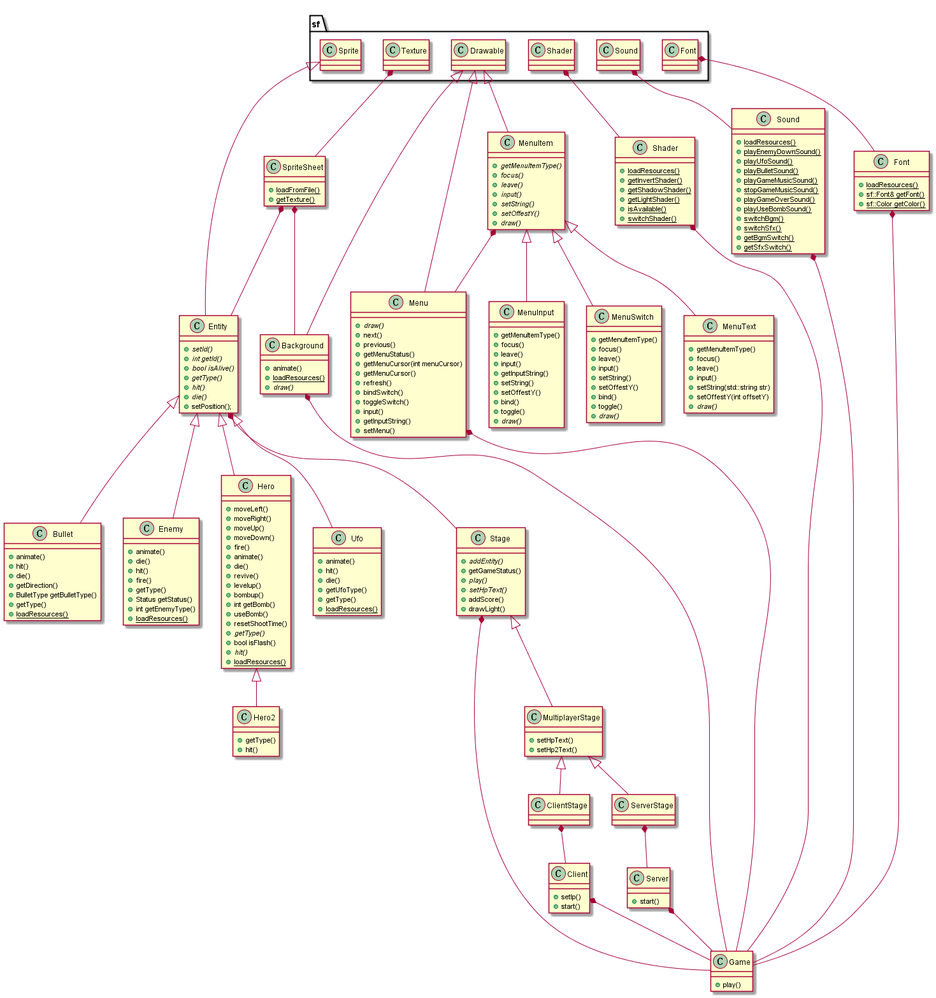
Earlier version of the PlantUML export Fighters/uml.png (zhu-he/uestc2015ccpp).
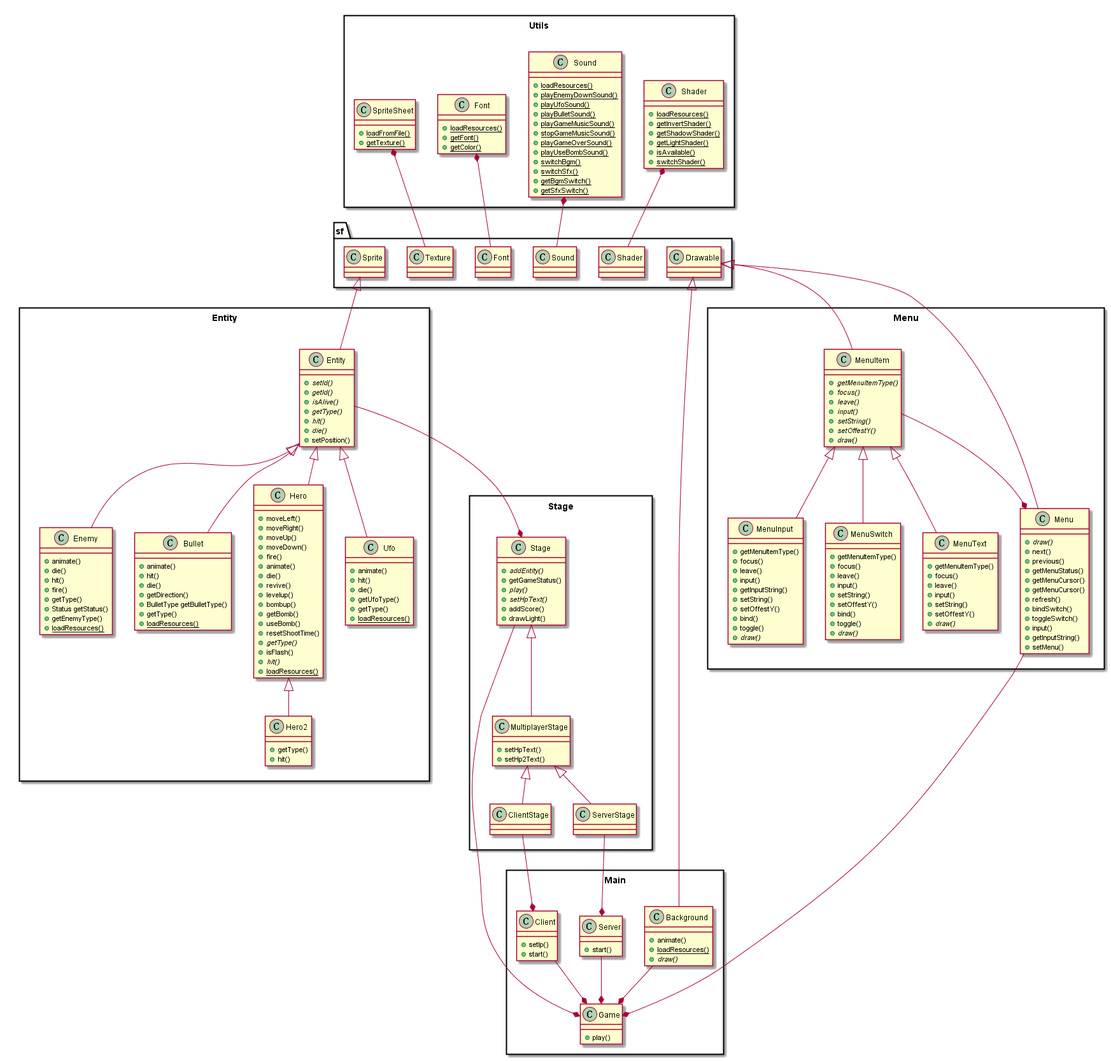
After the change.

Commit message:
Improve UML

Diff of the diagram source:
```diff
@@ -1,235 +1,240 @@
 @startuml
 
-class Background {
-	+animate()
-	+{static}loadResources()
-	+{abstract}draw()
+package Entity <<Rect>> {
+	class Entity {
+		+{abstract}setId()
+		+{abstract}getId()
+		+{abstract}isAlive()
+		+{abstract}getType()
+		+{abstract}hit()
+		+{abstract}die()
+		+setPosition()
+	}
+
+	class Enemy {
+		+animate()
+		+die()
+		+hit()
+		+fire()
+		+getType()
+		+Status getStatus()
+		+getEnemyType()
+		+{static}loadResources()
+	}
+
+	class Bullet {
+		+animate()
+		+hit()
+		+die()
+		+getDirection()
+		+BulletType getBulletType()
+		+getType()
+		+{static}loadResources()
+	}
+
+	class Hero {
+		+moveLeft()
+		+moveRight()
+		+moveUp()
+		+moveDown()
+		+fire()
+		+animate()
+		+die()
+		+revive()
+		+levelup()
+		+bombup()
+		+getBomb()
+		+useBomb()
+		+resetShootTime()
+		+{abstract}getType()
+		+isFlash()
+		+{abstract}hit()
+		+{static}loadResources()
+	}
+
+	class Hero2 {
+		+getType()
+		+hit()
+	}
+
+	class Ufo {
+		+animate()
+		+hit()
+		+die()
+		+getUfoType()
+		+getType()
+		+{static}loadResources()
+	}
 }
 
-class Bullet {
-	+animate()
-	+hit()
-	+die()
-	+getDirection()
-	+BulletType getBulletType()
-	+getType()
-	+{static}loadResources()
+package Main <<Rect>> {
+	class Game {
+		+play()
+	}
+
+	class Server {
+		+start()
+	}
+
+	class Client {
+		+setIp()
+		+start()
+	}
+
+	class Background {
+		+animate()
+		+{static}loadResources()
+		+{abstract}draw()
+	}
 }
 
-class Client {
-	+setIp()
-	+start()
+package Menu <<Rect>> {
+	class Menu {
+		+{abstract}draw()
+		+next()
+		+previous()
+		+getMenuStatus()
+		+getMenuCursor()
+		+getMenuCursor()
+		+refresh()
+		+bindSwitch()
+		+toggleSwitch()
+		+input()
+		+getInputString()
+		+setMenu()
+	}
+
+	class MenuItem {
+		+{abstract}getMenuItemType()
+		+{abstract}focus()
+		+{abstract}leave()
+		+{abstract}input()
+		+{abstract}setString()
+		+{abstract}setOffestY()
+		+{abstract}draw()
+	}
+
+	class MenuInput {
+		+getMenuItemType()
+		+focus()
+		+leave()
+		+input()
+		+getInputString()
+		+setString()
+		+setOffestY()
+		+bind()
+		+toggle()
+		+{abstract}draw()
+	}
+
+	class MenuSwitch {
+		+getMenuItemType()
+		+focus()
+		+leave()
+		+input()
+		+setString()
+		+setOffestY()
+		+bind()
+		+toggle()
+		+{abstract}draw()
+	}
+
+	class MenuText {
+		+getMenuItemType()
+		+focus()
+		+leave()
+		+input()
+		+setString()
+		+setOffestY()
+		+{abstract}draw()
+	}
 }
 
-class ClientStage {
+package Utils <<Rect>> {
+	class Shader {
+		+{static}loadResources()
+		+{static}getInvertShader()
+		+{static}getShadowShader()
+		+{static}getLightShader()
+		+{static}isAvailable()
+		+{static}switchShader()
+	}
+
+	class Sound {
+		+{static}loadResources()
+		+{static}playEnemyDownSound()
+		+{static}playUfoSound()
+		+{static}playBulletSound()
+		+{static}playGameMusicSound()
+		+{static}stopGameMusicSound()
+		+{static}playGameOverSound()
+		+{static}playUseBombSound()
+		+{static}switchBgm()
+		+{static}switchSfx()
+		+{static}getBgmSwitch()
+		+{static}getSfxSwitch()
+	}
+
+	class Font {
+		+{static}loadResources()
+		+{static}getFont()
+		+{static}getColor()
+	}
+
+	class SpriteSheet {
+	    +{static}loadFromFile()
+	    +{static}getTexture()
+	}
 }
 
-class Enemy {
-	+animate()
-	+die()
-	+hit()
-	+fire()
-	+getType()
-	+Status getStatus()
-	+int getEnemyType()
-	+{static}loadResources()
-}
+package Stage <<Rect>> {
+	class Stage {
+		+{abstract}addEntity()
+		+getGameStatus()
+		+{abstract}play()
+		+{abstract}setHpText()
+		+addScore()
+		+drawLight()
+	}
 
-class Entity {
-	+{abstract}setId()
-	+{abstract}int getId()
-	+{abstract}bool isAlive()
-	+{abstract}getType()
-	+{abstract}hit()
-	+{abstract}die()
-	+setPosition();
-}
+	class MultiplayerStage {
+		+setHpText()
+		+setHp2Text()
+	}
 
-class Font {
-	+{static}loadResources()
-	+{static}sf::Font& getFont()
-	+{static}sf::Color getColor()
-}
+	class ClientStage {
+	}
 
-class Game {
-	+play()
-}
-
-class Hero {
-	+moveLeft()
-	+moveRight()
-	+moveUp()
-	+moveDown()
-	+fire()
-	+animate()
-	+die()
-	+revive()
-	+levelup()
-	+bombup()
-	+int getBomb()
-	+useBomb()
-	+resetShootTime()
-	+{abstract}getType()
-	+bool isFlash()
-	+{abstract}hit()
-	+{static}loadResources()
-}
-
-class Hero2 {
-	+getType()
-	+hit()
-}
-
-class Menu {
-	+{abstract}draw()
-	+next()
-	+previous()
-	+getMenuStatus()
-	+getMenuCursor(int menuCursor)
-	+getMenuCursor()
-	+refresh()
-	+bindSwitch()
-	+toggleSwitch()
-	+input()
-	+getInputString()
-	+setMenu()
-}
-
-class MenuItem {
-	+{abstract}getMenuItemType()
-	+{abstract}focus()
-	+{abstract}leave()
-	+{abstract}input()
-	+{abstract}setString()
-	+{abstract}setOffestY()
-	+{abstract}draw()
-}
-
-class MenuInput {
-	+getMenuItemType()
-	+focus()
-	+leave()
-	+input()
-	+getInputString()
-	+setString()
-	+setOffestY()
-	+bind()
-	+toggle()
-	+{abstract}draw()
-}
-
-class MenuSwitch {
-	+getMenuItemType()
-	+focus()
-	+leave()
-	+input()
-	+setString()
-	+setOffestY()
-	+bind()
-	+toggle()
-	+{abstract}draw()
-}
-
-class MenuText {
-	+getMenuItemType()
-	+focus()
-	+leave()
-	+input()
-	+setString(std::string str)
-	+setOffestY(int offsetY)
-	+{abstract}draw()
-}
-
-class MultiplayerStage {
-	+setHpText()
-	+setHp2Text()
-}
-
-class Server {
-	+start()
-}
-
-class ServerStage {
-}
-
-class Shader {
-	+{static}loadResources()
-	+{static}getInvertShader()
-	+{static}getShadowShader()
-	+{static}getLightShader()
-	+{static}isAvailable()
-	+{static}switchShader()
-}
-
-class Sound {
-	+{static}loadResources()
-	+{static}playEnemyDownSound()
-	+{static}playUfoSound()
-	+{static}playBulletSound()
-	+{static}playGameMusicSound()
-	+{static}stopGameMusicSound()
-	+{static}playGameOverSound()
-	+{static}playUseBombSound()
-	+{static}switchBgm()
-	+{static}switchSfx()
-	+{static}getBgmSwitch()
-	+{static}getSfxSwitch()
-}
-
-class SpriteSheet {
-    +{static}loadFromFile()
-    +{static}getTexture()
-}
-
-class Ufo {
-	+animate()
-	+hit()
-	+die()
-	+getUfoType()
-	+getType()
-	+{static}loadResources()
-}
-
-class Stage {
-	+{abstract}addEntity()
-	+getGameStatus()
-	+{abstract}play()
-	+{abstract}setHpText()
-	+addScore()
-	+drawLight()
+	class ServerStage {
+	}
 }
 
 namespace sf {
 	class Sprite
 	class Texture
-	class Drawable
 	class Shader
 	class Sound
 	class Font
+	class Drawable
 }
 
 sf.Drawable <|-- Background
 sf.Drawable <|-- Menu
 sf.Drawable <|-- MenuItem
 sf.Sprite <|-- Entity
-sf.Texture *-- SpriteSheet
-sf.Shader *-- Shader
-sf.Sound *-- Sound
-sf.Font *-- Font
-Background *-- Game
-Stage *-- Game
-Server *-- Game
-Client *-- Game
-ServerStage *-- Server
-ClientStage *-- Client
-Entity *-- Stage
-Menu *-- Game
-MenuItem *-- Menu
-SpriteSheet *-- Entity
-SpriteSheet *-- Background
-Shader *-- Game
-Sound *-- Game
-Font *-- Game
+SpriteSheet *-- sf.Texture
+Shader *-- sf.Shader
+Sound *-- sf.Sound
+Font *-- sf.Font
+Background --* Game
+Stage --* Game
+Server --* Game
+Client --* Game
+ServerStage --* Server
+ClientStage --* Client
+Entity --* Stage
+Menu --* Game
+MenuItem --* Menu
 Entity <|-- Bullet
 Entity <|-- Enemy
 Entity <|-- Hero
```
